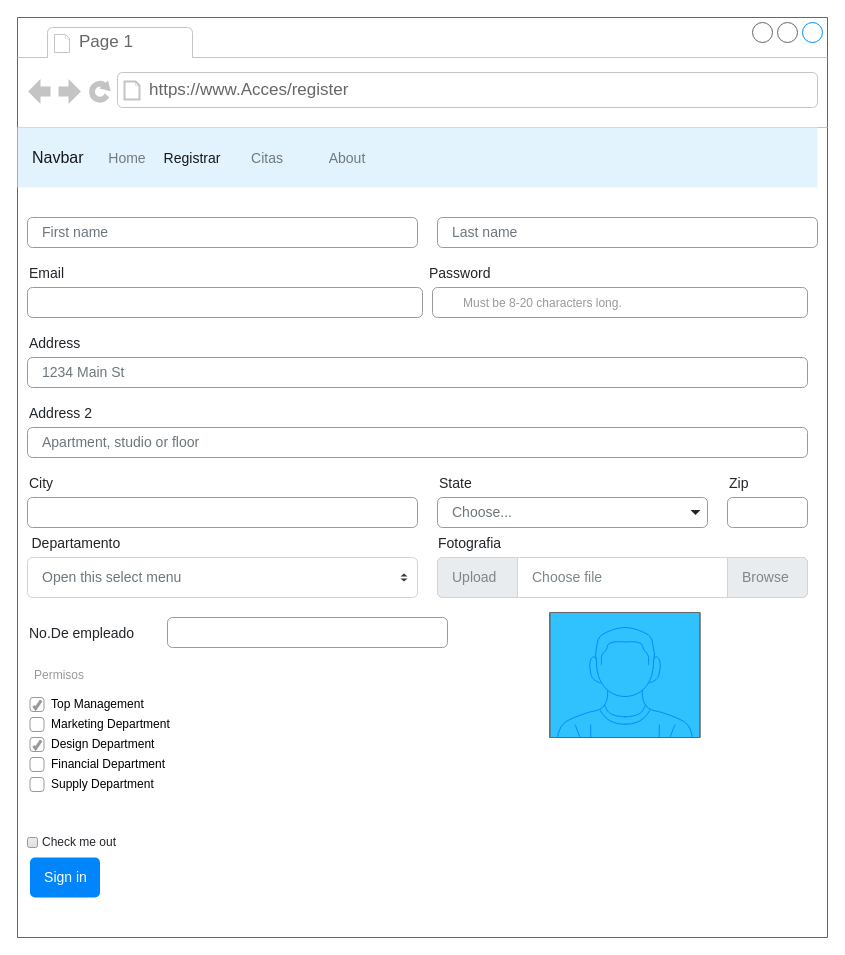
Above: page "Register" (3 of 5) of Untitled Diagram.drawio in GwenBZ/AccesoEmpresa (draw.io), before the change. Source tidied: cells renumbered, new cells numbered last; positions are measured from the earlier drawing's top-left corner, leaving out a move shared by most shapes. Both pictures are drawn from the tidied source at 100%, with x=0, y=0 at pixel (17, 17). Pictures stored in the file or linked from it are replaced by grey dashed boxes.
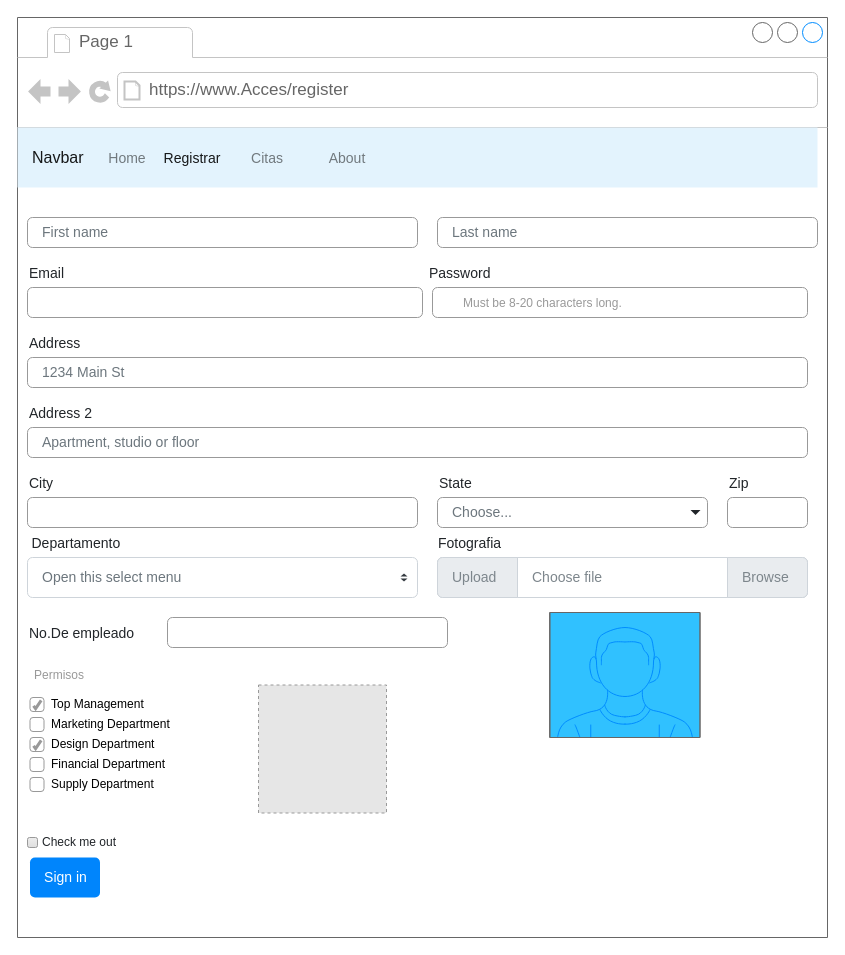
Above is the later version.

Unchanged cells that the change refers to:
```xml
<mxCell id="2" style="strokeWidth=1;shadow=0;dashed=0;align=center;html=1;shape=mxgraph.mockup.containers.browserWindow;rSize=0;strokeColor=#666666;strokeColor2=#008cff;strokeColor3=#c4c4c4;mainText=,;" parent="1" vertex="1">
  <mxGeometry width="810" height="920" as="geometry" />
</mxCell>
```

The edit, as a diff of the source:
```diff
@@
+    <mxCell id="47" style="fillColor=#E6E6E6;strokeColor=#999999;dashed=1;html=1;verticalAlign=top;verticalLabelPosition=bottom;labelBackgroundColor=#ffffff;fontSize=10;fontColor=#000000;" parent="2" vertex="1">
+      <mxGeometry x="241" y="667.5" width="128" height="128" as="geometry" />
+    </mxCell>
```
